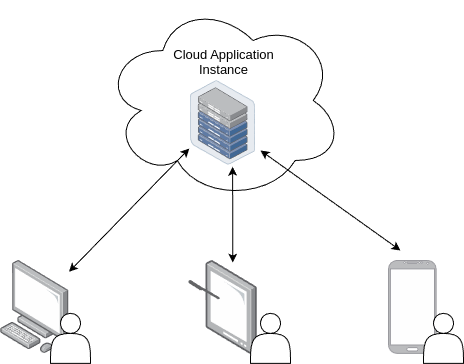
FelipeTrost/bachelorthesis keeps this draw.io diagram as thesis-document/images/basic-cloud-services.drawio.png. Above is the earlier version. Source tidied: cells renumbered, new cells last; positions are measured from the earlier drawing's top-left corner, leaving out a move shared by most shapes.
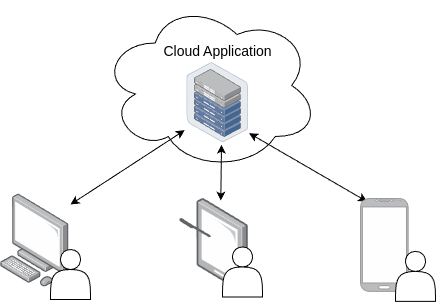
After the change.

What changed in the source:
```diff
@@ -3,43 +3,47 @@
     <mxCell id="0" />
     <mxCell id="1" parent="0" />
     <mxCell id="2" style="whiteSpace=wrap;html=1;fillColor=#fefefe;strokeColor=#b85450;fontColor=#ececec;labelBackgroundColor=#ececec;gradientColor=none;" parent="1" vertex="1">
-      <mxGeometry x="389" y="266" width="45" height="80" as="geometry" />
+      <mxGeometry x="371" y="230" width="45" height="80" as="geometry" />
     </mxCell>
     <mxCell id="3" style="ellipse;shape=cloud;whiteSpace=wrap;html=1;" parent="1" vertex="1">
-      <mxGeometry x="102.1" width="240.7" height="200" as="geometry" />
+      <mxGeometry x="110" y="26" width="218.5" height="170" as="geometry" />
     </mxCell>
     <mxCell id="4" style="image;points=[];html=1;align=center;shadow=0;dashed=0;image=img/lib/allied_telesis/computer_and_terminals/Personal_Computer.svg;" parent="1" vertex="1">
-      <mxGeometry y="260" width="68.5" height="92.9" as="geometry" />
+      <mxGeometry x="10" y="219.6" width="68.5" height="92.9" as="geometry" />
     </mxCell>
     <mxCell id="5" style="shape=actor;whiteSpace=wrap;html=1;" parent="1" vertex="1">
-      <mxGeometry x="50" y="312.9" width="40" height="50" as="geometry" />
+      <mxGeometry x="60" y="275" width="40" height="50" as="geometry" />
     </mxCell>
-    <mxCell id="6" style="endArrow=classic;startArrow=classic;html=1;rounded=0;entryX=-0.017;entryY=0.804;entryDx=0;entryDy=0;entryPerimeter=0;" parent="1" edge="1" source="4" target="13">
-      <mxGeometry relative="1" as="geometry" />
+    <mxCell id="6" style="endArrow=classic;startArrow=classic;html=1;rounded=0;entryX=-0.036;entryY=0.846;entryDx=0;entryDy=0;entryPerimeter=0;" parent="1" edge="1" target="14">
+      <mxGeometry relative="1" as="geometry">
+        <mxPoint x="80" y="230" as="sourcePoint" />
+      </mxGeometry>
     </mxCell>
     <mxCell id="7" style="image;points=[];html=1;align=center;shadow=0;dashed=0;image=img/lib/allied_telesis/computer_and_terminals/Tablet_Alternative.svg;" parent="1" vertex="1">
-      <mxGeometry x="188" y="260" width="69" height="94" as="geometry" />
+      <mxGeometry x="189" y="224" width="69" height="94" as="geometry" />
     </mxCell>
     <mxCell id="8" style="shape=actor;whiteSpace=wrap;html=1;" parent="1" vertex="1">
-      <mxGeometry x="250" y="312.9" width="40" height="50" as="geometry" />
+      <mxGeometry x="232" y="272.4" width="40" height="50" as="geometry" />
     </mxCell>
-    <mxCell id="9" style="endArrow=classic;startArrow=classic;html=1;rounded=0;entryX=0.648;entryY=1.02;entryDx=0;entryDy=0;entryPerimeter=0;exitX=0.642;exitY=0.022;exitDx=0;exitDy=0;exitPerimeter=0;startSize=6;strokeWidth=1;jumpSize=6;targetPerimeterSpacing=0;sourcePerimeterSpacing=6;strokeColor=default;spacing=2;labelPosition=left;verticalLabelPosition=middle;align=right;verticalAlign=middle;" parent="1" edge="1" source="7" target="13">
-      <mxGeometry relative="1" as="geometry" />
+    <mxCell id="9" style="endArrow=classic;startArrow=classic;html=1;rounded=0;entryX=0.61;entryY=1.028;entryDx=0;entryDy=0;entryPerimeter=0;exitX=0.642;exitY=0.022;exitDx=0;exitDy=0;exitPerimeter=0;" parent="1" edge="1">
+      <mxGeometry relative="1" as="geometry">
+        <mxPoint x="230.3" y="226.1" as="sourcePoint" />
+        <mxPoint x="231" y="170.2" as="targetPoint" />
+      </mxGeometry>
     </mxCell>
-    <mxCell id="10" style="endArrow=classic;startArrow=classic;html=1;rounded=0;" parent="1" edge="1">
+    <mxCell id="10" style="endArrow=classic;startArrow=classic;html=1;rounded=0;entryX=1.01;entryY=0.884;entryDx=0;entryDy=0;entryPerimeter=0;exitX=0.139;exitY=-0.031;exitDx=0;exitDy=0;exitPerimeter=0;" parent="1" edge="1" target="14">
       <mxGeometry relative="1" as="geometry">
-        <mxPoint x="400" y="250" as="sourcePoint" />
-        <mxPoint x="260" y="150" as="targetPoint" />
+        <mxPoint x="376.6" y="227.1" as="sourcePoint" />
       </mxGeometry>
     </mxCell>
     <mxCell id="11" style="verticalLabelPosition=bottom;verticalAlign=top;html=1;shadow=0;dashed=0;strokeWidth=1;shape=mxgraph.android.phone2;strokeColor=#9a9a9f;fillColor=#bbbcbe;" parent="1" vertex="1">
-      <mxGeometry x="388" y="260" width="47.6" height="92.9" as="geometry" />
+      <mxGeometry x="370" y="224" width="47.6" height="92.9" as="geometry" />
     </mxCell>
     <mxCell id="12" style="shape=actor;whiteSpace=wrap;html=1;" parent="1" vertex="1">
-      <mxGeometry x="423" y="312.9" width="40" height="50" as="geometry" />
+      <mxGeometry x="405" y="276.9" width="40" height="50" as="geometry" />
     </mxCell>
-    <mxCell id="13" value="Cloud Application&lt;div style=&quot;font-size: 13px;&quot;&gt;Instance&lt;/div&gt;" style="image;points=[];html=1;align=center;shadow=0;dashed=0;image=img/lib/allied_telesis/storage/Datacenter_Server_Half_Rack_ToR.svg;labelPosition=center;verticalLabelPosition=top;verticalAlign=bottom;fontSize=13;" parent="1" vertex="1">
-      <mxGeometry x="189.9" y="80" width="65.1" height="84.6" as="geometry" />
-    </mxCell>
+    <mxCell id="14" value="&lt;font style=&quot;font-size: 14px;&quot;&gt;Cloud Application&lt;/font&gt;" style="image;points=[];html=1;align=center;shadow=0;dashed=0;image=img/lib/allied_telesis/storage/Datacenter_Server_Half_Rack_ToR.svg;labelPosition=center;verticalLabelPosition=top;verticalAlign=bottom;" parent="1" vertex="1">
+      <mxGeometry x="196.4" y="88" width="61.6" height="80" as="geometry" />
+    </mxCell>
   </root>
 </mxGraphModel>
```
